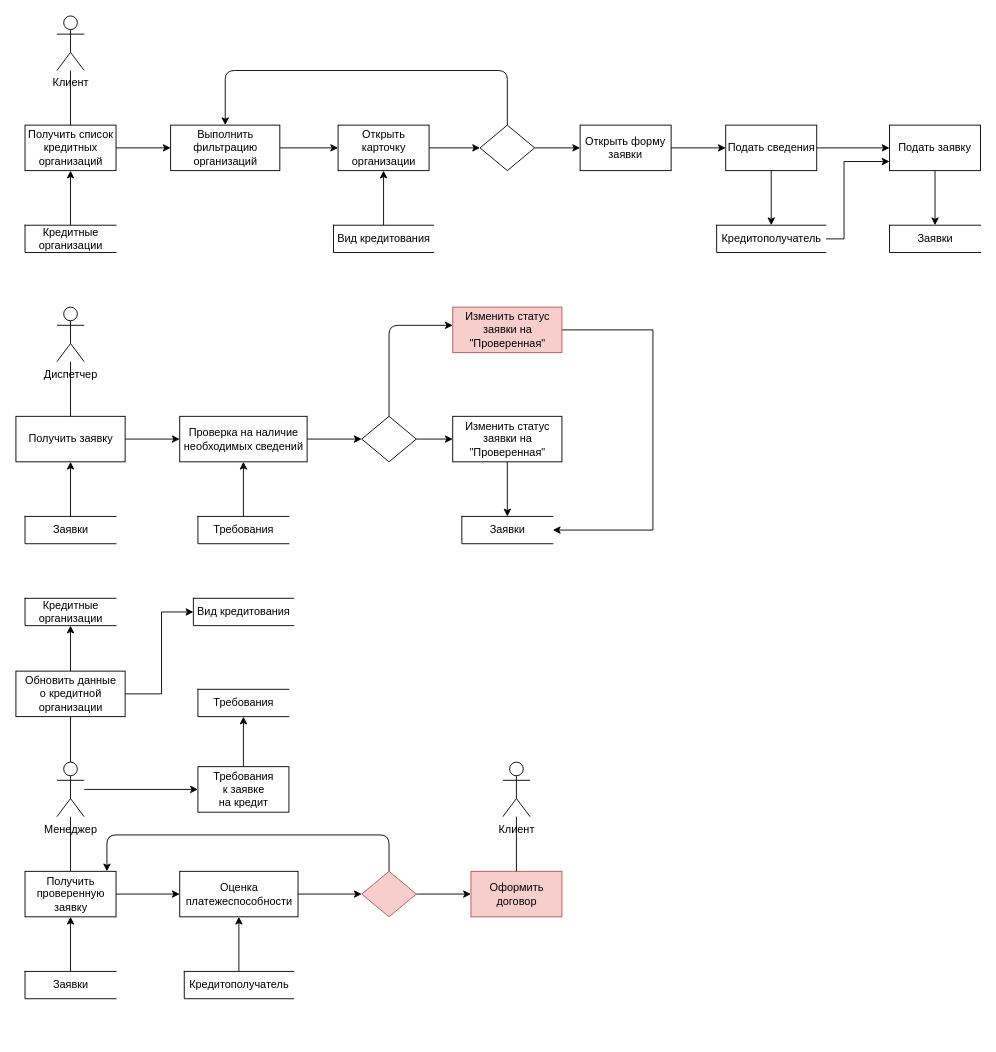
Above: Diagrams/Data Flow.drawio in sothug/Loan-applications (draw.io), before the change. Source tidied: cells renumbered, new cells numbered last; positions are measured from the earlier drawing's top-left corner, leaving out a move shared by most shapes. Both pictures are drawn from the tidied source at 91%, with x=0, y=0 at pixel (15, 15).
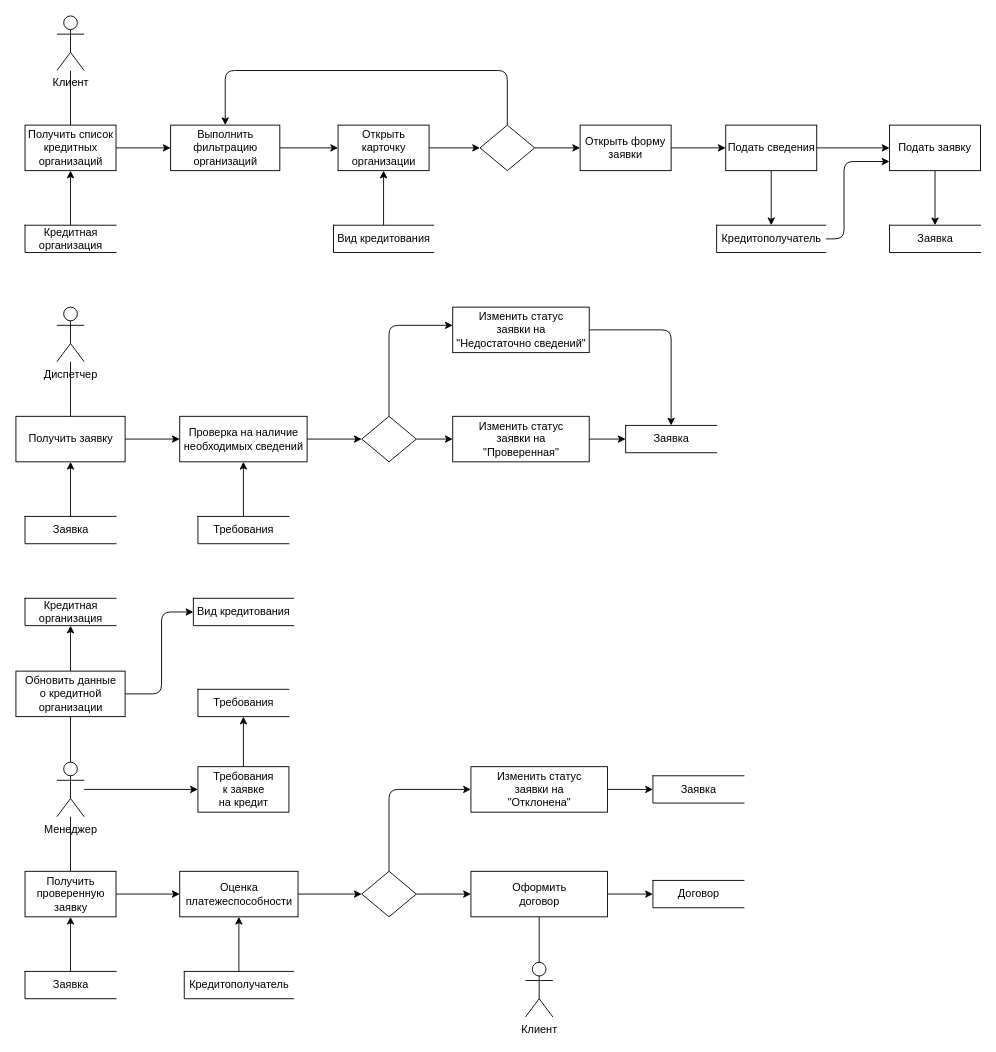
After the change.

Unchanged cells that the change refers to:
```xml
<mxCell id="23" value="Подать заявку" style="whiteSpace=wrap;html=1;dashed=0;" parent="1" vertex="1">
  <mxGeometry x="960" y="120" width="100" height="50" as="geometry" />
</mxCell>
<mxCell id="44" value="Получить&lt;br&gt;проверенную&lt;br&gt;заявку" style="html=1;dashed=0;whitespace=wrap;" parent="1" vertex="1">
  <mxGeometry x="10" y="940" width="100" height="50" as="geometry" />
</mxCell>
<mxCell id="56" value="Кредитополучатель" style="html=1;dashed=0;whitespace=wrap;shape=partialRectangle;right=0;" parent="1" vertex="1">
  <mxGeometry x="770" y="230" width="120" height="30" as="geometry" />
</mxCell>
<mxCell id="65" value="Обновить данные&lt;br&gt;о кредитной&lt;br&gt;организации" style="html=1;dashed=0;whitespace=wrap;" parent="1" vertex="1">
  <mxGeometry y="720" width="120" height="50" as="geometry" />
</mxCell>
<mxCell id="68" value="Вид кредитования" style="html=1;dashed=0;whitespace=wrap;shape=partialRectangle;right=0;" parent="1" vertex="1">
  <mxGeometry x="195" y="640" width="110" height="30" as="geometry" />
</mxCell>
```

The edit, as a diff of the source:
```diff
@@
-    <mxCell id="7" value="Кредитные&lt;br&gt;организации" style="html=1;dashed=0;whitespace=wrap;shape=partialRectangle;right=0;" parent="1" vertex="1">
+    <mxCell id="7" value="Кредитная&lt;br&gt;организация" style="html=1;dashed=0;whitespace=wrap;shape=partialRectangle;right=0;" parent="1" vertex="1">
       <mxGeometry x="10" y="230" width="100" height="30" as="geometry" />
     </mxCell>
@@
-    <mxCell id="26" value="Заявки" style="html=1;dashed=0;whitespace=wrap;shape=partialRectangle;right=0;" parent="1" vertex="1">
+    <mxCell id="26" value="Заявка" style="html=1;dashed=0;whitespace=wrap;shape=partialRectangle;right=0;" parent="1" vertex="1">
       <mxGeometry x="960" y="230" width="100" height="30" as="geometry" />
     </mxCell>
@@
-    <mxCell id="30" value="Заявки" style="html=1;dashed=0;whitespace=wrap;shape=partialRectangle;right=0;" parent="1" vertex="1">
+    <mxCell id="30" value="Заявка" style="html=1;dashed=0;whitespace=wrap;shape=partialRectangle;right=0;" parent="1" vertex="1">
       <mxGeometry x="10" y="550" width="100" height="30" as="geometry" />
     </mxCell>
@@
     <mxCell id="37" value="Изменить статус&lt;br&gt;заявки на&lt;br&gt;&quot;Проверенная&quot;" style="html=1;dashed=0;whitespace=wrap;" parent="1" vertex="1">
-      <mxGeometry x="480" y="440" width="120" height="50" as="geometry" />
+      <mxGeometry x="480" y="440" width="150" height="50" as="geometry" />
     </mxCell>
-    <mxCell id="38" value="Заявки" style="html=1;dashed=0;whitespace=wrap;shape=partialRectangle;right=0;" parent="1" vertex="1">
-      <mxGeometry x="490" y="550" width="100" height="30" as="geometry" />
+    <mxCell id="38" value="Заявка" style="html=1;dashed=0;whitespace=wrap;shape=partialRectangle;right=0;" parent="1" vertex="1">
+      <mxGeometry x="670" y="450" width="100" height="30" as="geometry" />
     </mxCell>
@@
-    <mxCell id="46" value="Заявки" style="html=1;dashed=0;whitespace=wrap;shape=partialRectangle;right=0;" parent="1" vertex="1">
+    <mxCell id="46" value="Заявка" style="html=1;dashed=0;whitespace=wrap;shape=partialRectangle;right=0;" parent="1" vertex="1">
       <mxGeometry x="10" y="1050" width="100" height="30" as="geometry" />
     </mxCell>
@@
-    <mxCell id="49" style="edgeStyle=orthogonalEdgeStyle;rounded=1;jettySize=auto;html=1;endArrow=classic;endFill=1;" parent="1" edge="1" source="51" target="44">
+    <mxCell id="49" style="edgeStyle=orthogonalEdgeStyle;rounded=1;jettySize=auto;html=1;endArrow=classic;endFill=1;" parent="1" edge="1" source="51" target="73">
       <mxGeometry relative="1" as="geometry">
         <Array as="points">
-          <mxPoint x="410" y="900" />
-          <mxPoint x="100" y="900" />
+          <mxPoint x="410" y="850" />
         </Array>
       </mxGeometry>
     </mxCell>
@@
-    <mxCell id="51" style="shape=rhombus;html=1;dashed=0;whitespace=wrap;perimeter=rhombusPerimeter;fillColor=#f8cecc;strokeColor=#b85450;" parent="1" vertex="1">
+    <mxCell id="51" style="shape=rhombus;html=1;dashed=0;whitespace=wrap;perimeter=rhombusPerimeter;" parent="1" vertex="1">
       <mxGeometry x="380" y="940" width="60" height="50" as="geometry" />
     </mxCell>
+    <mxCell id="71" style="edgeStyle=orthogonalEdgeStyle;rounded=0;jettySize=auto;html=1;" parent="1" edge="1" source="52" target="75">
+      <mxGeometry relative="1" as="geometry" />
+    </mxCell>
-    <mxCell id="52" value="Оформить&lt;br&gt;договор" style="html=1;dashed=0;whitespace=wrap;fillColor=#f8cecc;strokeColor=#b85450;" parent="1" vertex="1">
-      <mxGeometry x="500" y="940" width="100" height="50" as="geometry" />
+    <mxCell id="52" value="Оформить&lt;br&gt;договор" style="html=1;dashed=0;whitespace=wrap;" parent="1" vertex="1">
+      <mxGeometry x="500" y="940" width="150" height="50" as="geometry" />
     </mxCell>
@@
     <mxCell id="54" value="Клиент" style="shape=umlActor;verticalLabelPosition=bottom;verticalAlign=top;html=1;outlineConnect=0;" parent="1" vertex="1">
-      <mxGeometry x="535" y="820" width="30" height="60" as="geometry" />
+      <mxGeometry x="560" y="1040" width="30" height="60" as="geometry" />
     </mxCell>
-    <mxCell id="55" style="edgeStyle=orthogonalEdgeStyle;rounded=0;jettySize=auto;html=1;" parent="1" edge="1" source="56" target="23">
+    <mxCell id="55" style="edgeStyle=orthogonalEdgeStyle;rounded=1;jettySize=auto;html=1;" parent="1" edge="1" source="56" target="23">
       <mxGeometry relative="1" as="geometry">
         <Array as="points">
           <mxPoint x="910" y="245" />
           <mxPoint x="910" y="160" />
         </Array>
       </mxGeometry>
     </mxCell>
@@
-    <mxCell id="64" style="edgeStyle=orthogonalEdgeStyle;rounded=0;jettySize=auto;html=1;endArrow=classic;endFill=1;" parent="1" edge="1" source="65" target="68">
+    <mxCell id="64" style="edgeStyle=orthogonalEdgeStyle;rounded=1;jettySize=auto;html=1;endArrow=classic;endFill=1;" parent="1" edge="1" source="65" target="68">
       <mxGeometry relative="1" as="geometry">
         <Array as="points">
           <mxPoint x="160" y="745" />
           <mxPoint x="160" y="655" />
         </Array>
       </mxGeometry>
     </mxCell>
@@
-    <mxCell id="66" value="Кредитные&lt;br&gt;организации" style="html=1;dashed=0;whitespace=wrap;shape=partialRectangle;right=0;" parent="1" vertex="1">
+    <mxCell id="66" value="Кредитная&lt;br&gt;организация" style="html=1;dashed=0;whitespace=wrap;shape=partialRectangle;right=0;" parent="1" vertex="1">
       <mxGeometry x="10" y="640" width="100" height="30" as="geometry" />
     </mxCell>
@@
-    <mxCell id="69" style="edgeStyle=orthogonalEdgeStyle;rounded=0;jettySize=auto;html=1;" parent="1" edge="1" source="70" target="38">
-      <mxGeometry relative="1" as="geometry">
-        <Array as="points">
-          <mxPoint x="700" y="345" />
-          <mxPoint x="700" y="565" />
-        </Array>
-      </mxGeometry>
+    <mxCell id="69" style="edgeStyle=orthogonalEdgeStyle;rounded=1;jettySize=auto;html=1;" parent="1" edge="1" source="70" target="38">
+      <mxGeometry relative="1" as="geometry" />
     </mxCell>
-    <mxCell id="70" value="Изменить статус&lt;br&gt;заявки на&lt;br&gt;&quot;Проверенная&quot;" style="html=1;dashed=0;whitespace=wrap;fillColor=#f8cecc;strokeColor=#b85450;" parent="1" vertex="1">
-      <mxGeometry x="480" y="320" width="120" height="50" as="geometry" />
+    <mxCell id="70" value="Изменить статус&lt;br&gt;заявки на&lt;br&gt;&quot;Недостаточно сведений&quot;" style="html=1;dashed=0;whitespace=wrap;" parent="1" vertex="1">
+      <mxGeometry x="480" y="320" width="150" height="50" as="geometry" />
     </mxCell>
+    <mxCell id="72" style="edgeStyle=orthogonalEdgeStyle;rounded=0;jettySize=auto;html=1;" parent="1" edge="1" source="73" target="74">
+      <mxGeometry relative="1" as="geometry" />
+    </mxCell>
+    <mxCell id="73" value="Изменить статус&lt;br&gt;заявки на&lt;br&gt;&quot;Отклонена&quot;" style="html=1;dashed=0;whitespace=wrap;" parent="1" vertex="1">
+      <mxGeometry x="500" y="825" width="150" height="50" as="geometry" />
+    </mxCell>
+    <mxCell id="74" value="Заявка" style="html=1;dashed=0;whitespace=wrap;shape=partialRectangle;right=0;" parent="1" vertex="1">
+      <mxGeometry x="700" y="835" width="100" height="30" as="geometry" />
+    </mxCell>
+    <mxCell id="75" value="Договор" style="html=1;dashed=0;whitespace=wrap;shape=partialRectangle;right=0;" parent="1" vertex="1">
+      <mxGeometry x="700" y="950" width="100" height="30" as="geometry" />
+    </mxCell>
```
